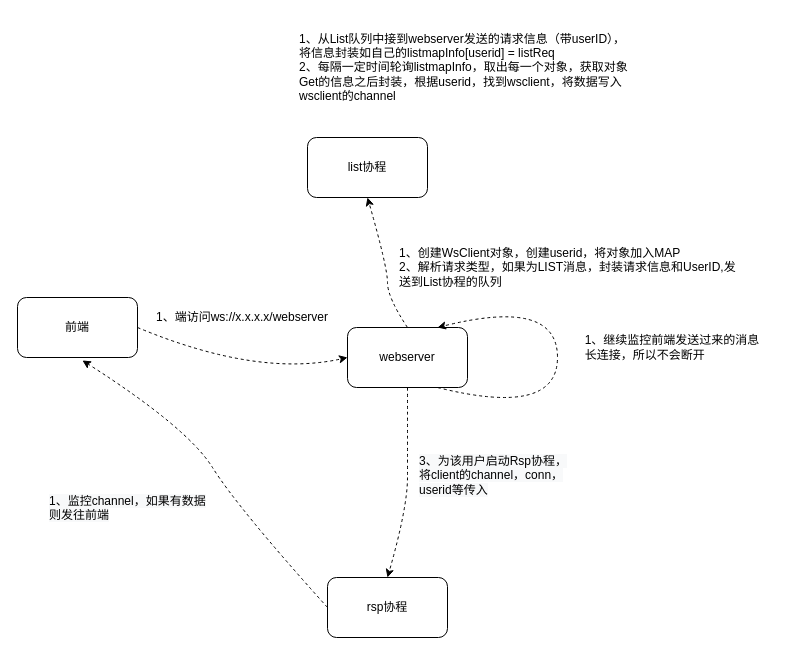
This is page "websocket" (3 of 3) of Untitled Diagram.drawio from renshangtao/draw.io, a draw.io file, before an edit. Source tidied: cells renumbered, new cells numbered last; positions are measured from the earlier drawing's top-left corner, leaving out a move shared by most shapes. Both pictures are drawn from the tidied source at 100%, with x=0, y=0 at pixel (17, 17).
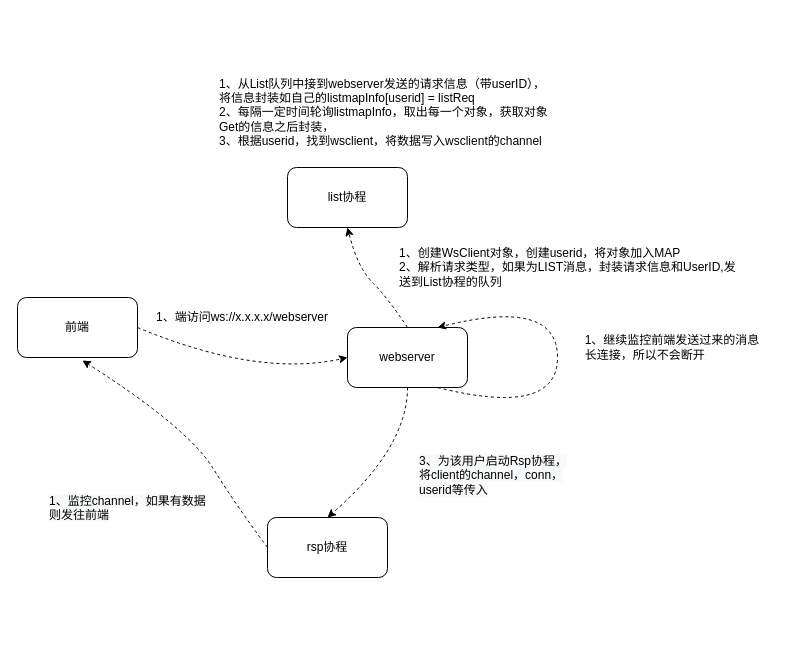
The same diagram, later.

Unchanged cells that the change refers to:
```xml
<mxCell id="3" value="webserver&lt;br&gt;" style="rounded=1;whiteSpace=wrap;html=1;" parent="1" vertex="1">
  <mxGeometry x="330" y="310" width="120" height="60" as="geometry" />
</mxCell>
```

What changed in the source:
```diff
@@
     <mxCell id="4" value="list协程" style="rounded=1;whiteSpace=wrap;html=1;" parent="1" vertex="1">
-      <mxGeometry x="290" y="120" width="120" height="60" as="geometry" />
+      <mxGeometry x="270" y="150" width="120" height="60" as="geometry" />
     </mxCell>
     <mxCell id="5" value="rsp协程" style="rounded=1;whiteSpace=wrap;html=1;" parent="1" vertex="1">
-      <mxGeometry x="310" y="560" width="120" height="60" as="geometry" />
+      <mxGeometry x="250" y="500" width="120" height="60" as="geometry" />
     </mxCell>
@@
     <mxCell id="7" style="curved=1;endArrow=classic;html=1;dashed=1;exitX=0.5;exitY=0;exitDx=0;exitDy=0;entryX=0.5;entryY=1;entryDx=0;entryDy=0;" parent="1" edge="1" source="3" target="4">
       <mxGeometry relative="1" as="geometry">
         <Array as="points">
           <mxPoint x="370" y="280" />
-          <mxPoint x="370" y="250" />
+          <mxPoint x="340" y="250" />
         </Array>
       </mxGeometry>
     </mxCell>
@@
     <mxCell id="9" style="curved=1;endArrow=classic;html=1;dashed=1;exitX=0.5;exitY=1;exitDx=0;exitDy=0;entryX=0.5;entryY=0;entryDx=0;entryDy=0;" parent="1" edge="1" source="3" target="5">
       <mxGeometry relative="1" as="geometry">
         <Array as="points">
           <mxPoint x="390" y="430" />
-          <mxPoint x="390" y="490" />
         </Array>
       </mxGeometry>
     </mxCell>
@@
-    <mxCell id="14" value="1、从List队列中接到webserver发送的请求信息（带userID），将信息封装如自己的listmapInfo[userid] = listReq&lt;br&gt;2、每隔一定时间轮询listmapInfo，取出每一个对象，获取对象Get的信息之后封装，根据userid，找到wsclient，将数据写入wsclient的channel" style="text;html=1;strokeColor=none;fillColor=none;align=left;verticalAlign=middle;whiteSpace=wrap;rounded=0;" parent="1" vertex="1">
-      <mxGeometry x="280" width="340" height="100" as="geometry" />
+    <mxCell id="14" value="1、从List队列中接到webserver发送的请求信息（带userID），将信息封装如自己的listmapInfo[userid] = listReq&lt;br&gt;2、每隔一定时间轮询listmapInfo，取出每一个对象，获取对象Get的信息之后封装，&lt;br&gt;3、根据userid，找到wsclient，将数据写入wsclient的channel" style="text;html=1;strokeColor=none;fillColor=none;align=left;verticalAlign=middle;whiteSpace=wrap;rounded=0;" parent="1" vertex="1">
+      <mxGeometry x="200" y="40" width="340" height="110" as="geometry" />
     </mxCell>
```
